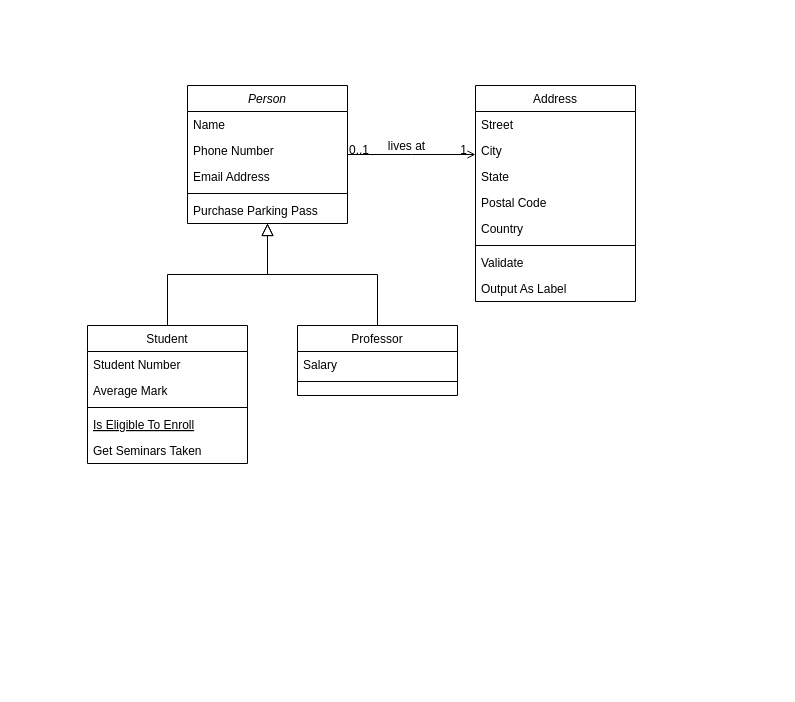
This is Untitled Diagram.drawio from TEJAPS/get_movie_rating, a draw.io file, before an edit. Source tidied: cells renumbered, new cells numbered last; positions are measured from the earlier drawing's top-left corner, leaving out a move shared by most shapes. Both pictures are drawn from the tidied source at 100%, with x=0, y=0 at pixel (87, 85).
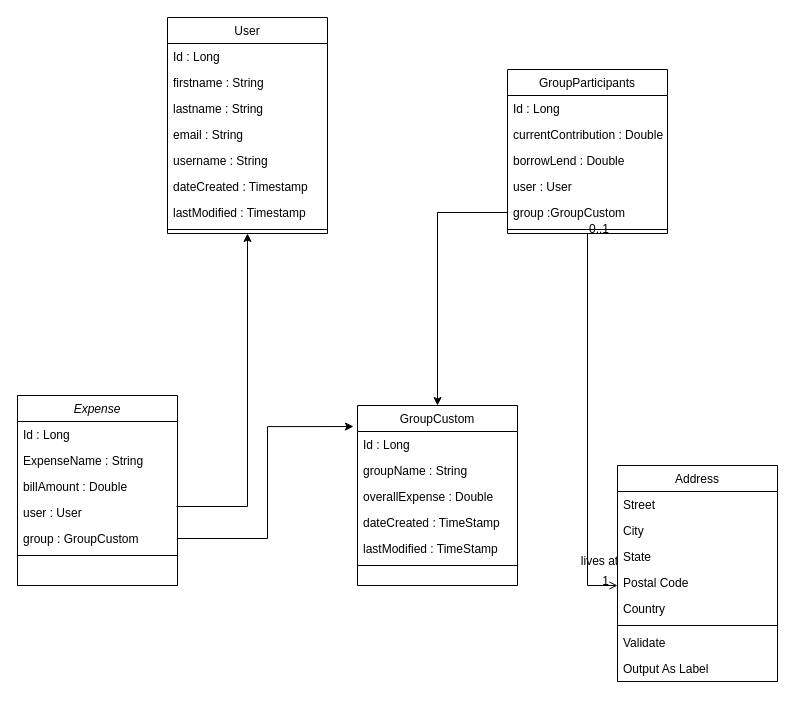
Above is the later version.

Change to the diagram source:
```diff
@@
-    <mxCell id="2" value="Person" style="swimlane;fontStyle=2;align=center;verticalAlign=top;horizontal=1;startSize=26;rounded=0;shadow=0;strokeWidth=1;" parent="1" vertex="1">
-      <mxGeometry x="100" width="160" height="138" as="geometry" />
+    <mxCell id="2" value="Expense" style="swimlane;fontStyle=2;align=center;verticalAlign=top;horizontal=1;startSize=26;rounded=0;shadow=0;strokeWidth=1;" parent="1" vertex="1">
+      <mxGeometry x="-70" y="310" width="160" height="190" as="geometry" />
     </mxCell>
-    <mxCell id="3" value="Name" style="text;align=left;verticalAlign=top;spacingLeft=4;spacingRight=4;overflow=hidden;" parent="2" vertex="1">
+    <mxCell id="3" value="Id : Long" style="text;align=left;verticalAlign=top;spacingLeft=4;spacingRight=4;overflow=hidden;" parent="2" vertex="1">
       <mxGeometry y="26" width="160" height="26" as="geometry" />
     </mxCell>
-    <mxCell id="4" value="Phone Number" style="text;align=left;verticalAlign=top;spacingLeft=4;spacingRight=4;overflow=hidden;rounded=0;shadow=0;html=0;" parent="2" vertex="1">
+    <mxCell id="4" value="ExpenseName : String" style="text;align=left;verticalAlign=top;spacingLeft=4;spacingRight=4;overflow=hidden;rounded=0;shadow=0;html=0;" parent="2" vertex="1">
       <mxGeometry y="52" width="160" height="26" as="geometry" />
     </mxCell>
-    <mxCell id="5" value="Email Address" style="text;align=left;verticalAlign=top;spacingLeft=4;spacingRight=4;overflow=hidden;rounded=0;shadow=0;html=0;" parent="2" vertex="1">
+    <mxCell id="5" value="billAmount : Double" style="text;align=left;verticalAlign=top;spacingLeft=4;spacingRight=4;overflow=hidden;rounded=0;shadow=0;html=0;" parent="2" vertex="1">
       <mxGeometry y="78" width="160" height="26" as="geometry" />
     </mxCell>
+    <mxCell id="32" value="user : User" style="text;align=left;verticalAlign=top;spacingLeft=4;spacingRight=4;overflow=hidden;points=[[0,0.5],[1,0.5]];portConstraint=eastwest;rounded=0;shadow=0;html=0;" parent="2" vertex="1">
+      <mxGeometry y="104" width="160" height="26" as="geometry" />
+    </mxCell>
+    <mxCell id="33" value="group : GroupCustom" style="text;align=left;verticalAlign=top;spacingLeft=4;spacingRight=4;overflow=hidden;points=[[0,0.5],[1,0.5]];portConstraint=eastwest;rounded=0;shadow=0;html=0;" parent="2" vertex="1">
+      <mxGeometry y="130" width="160" height="26" as="geometry" />
+    </mxCell>
     <mxCell id="6" style="line;html=1;strokeWidth=1;align=left;verticalAlign=middle;spacingTop=-1;spacingLeft=3;spacingRight=3;labelPosition=right;" parent="2" vertex="1">
-      <mxGeometry y="104" width="160" height="8" as="geometry" />
+      <mxGeometry y="156" width="160" height="8" as="geometry" />
     </mxCell>
-    <mxCell id="7" value="Purchase Parking Pass" style="text;align=left;verticalAlign=top;spacingLeft=4;spacingRight=4;overflow=hidden;" parent="2" vertex="1">
-      <mxGeometry y="112" width="160" height="26" as="geometry" />
-    </mxCell>
+    <mxCell id="34" style="text;align=left;verticalAlign=top;spacingLeft=4;spacingRight=4;overflow=hidden;" parent="2" vertex="1">
+      <mxGeometry y="164" width="160" height="26" as="geometry" />
+    </mxCell>
-    <mxCell id="8" value="Student" style="swimlane;fontStyle=0;align=center;verticalAlign=top;horizontal=1;startSize=26;rounded=0;shadow=0;strokeWidth=1;" parent="1" vertex="1">
-      <mxGeometry y="240" width="160" height="138" as="geometry" />
+    <mxCell id="8" value="GroupCustom" style="swimlane;fontStyle=0;align=center;verticalAlign=top;horizontal=1;startSize=26;rounded=0;shadow=0;strokeWidth=1;" parent="1" vertex="1">
+      <mxGeometry x="270" y="320" width="160" height="180" as="geometry" />
     </mxCell>
-    <mxCell id="9" value="Student Number" style="text;align=left;verticalAlign=top;spacingLeft=4;spacingRight=4;overflow=hidden;" parent="8" vertex="1">
+    <mxCell id="9" value="Id : Long" style="text;align=left;verticalAlign=top;spacingLeft=4;spacingRight=4;overflow=hidden;" parent="8" vertex="1">
       <mxGeometry y="26" width="160" height="26" as="geometry" />
     </mxCell>
-    <mxCell id="10" value="Average Mark" style="text;align=left;verticalAlign=top;spacingLeft=4;spacingRight=4;overflow=hidden;rounded=0;shadow=0;html=0;" parent="8" vertex="1">
+    <mxCell id="10" value="groupName : String" style="text;align=left;verticalAlign=top;spacingLeft=4;spacingRight=4;overflow=hidden;rounded=0;shadow=0;html=0;" parent="8" vertex="1">
       <mxGeometry y="52" width="160" height="26" as="geometry" />
     </mxCell>
+    <mxCell id="35" value="overallExpense : Double" style="text;align=left;verticalAlign=top;spacingLeft=4;spacingRight=4;overflow=hidden;rounded=0;shadow=0;html=0;" parent="8" vertex="1">
+      <mxGeometry y="78" width="160" height="26" as="geometry" />
+    </mxCell>
+    <mxCell id="36" value="dateCreated : TimeStamp" style="text;align=left;verticalAlign=top;spacingLeft=4;spacingRight=4;overflow=hidden;rounded=0;shadow=0;html=0;" parent="8" vertex="1">
+      <mxGeometry y="104" width="160" height="26" as="geometry" />
+    </mxCell>
+    <mxCell id="37" value="lastModified : TimeStamp" style="text;align=left;verticalAlign=top;spacingLeft=4;spacingRight=4;overflow=hidden;rounded=0;shadow=0;html=0;" parent="8" vertex="1">
+      <mxGeometry y="130" width="160" height="26" as="geometry" />
+    </mxCell>
     <mxCell id="11" style="line;html=1;strokeWidth=1;align=left;verticalAlign=middle;spacingTop=-1;spacingLeft=3;spacingRight=3;labelPosition=right;" parent="8" vertex="1">
-      <mxGeometry y="78" width="160" height="8" as="geometry" />
+      <mxGeometry y="156" width="160" height="8" as="geometry" />
     </mxCell>
-    <mxCell id="12" value="Is Eligible To Enroll" style="text;align=left;verticalAlign=top;spacingLeft=4;spacingRight=4;overflow=hidden;fontStyle=4;" parent="8" vertex="1">
-      <mxGeometry y="86" width="160" height="26" as="geometry" />
-    </mxCell>
-    <mxCell id="13" value="Get Seminars Taken" style="text;align=left;verticalAlign=top;spacingLeft=4;spacingRight=4;overflow=hidden;" parent="8" vertex="1">
-      <mxGeometry y="112" width="160" height="26" as="geometry" />
-    </mxCell>
-    <mxCell id="14" style="endArrow=block;endSize=10;endFill=0;shadow=0;strokeWidth=1;rounded=0;edgeStyle=elbowEdgeStyle;elbow=vertical;" parent="1" edge="1" source="8" target="2">
-      <mxGeometry relative="1" as="geometry" />
-    </mxCell>
-    <mxCell id="15" value="Professor" style="swimlane;fontStyle=0;align=center;verticalAlign=top;horizontal=1;startSize=26;rounded=0;shadow=0;strokeWidth=1;" parent="1" vertex="1">
-      <mxGeometry x="210" y="240" width="160" height="70" as="geometry" />
+    <mxCell id="15" value="GroupParticipants" style="swimlane;fontStyle=0;align=center;verticalAlign=top;horizontal=1;startSize=26;rounded=0;shadow=0;strokeWidth=1;" parent="1" vertex="1">
+      <mxGeometry x="420" y="-16" width="160" height="164" as="geometry" />
     </mxCell>
-    <mxCell id="16" value="Salary" style="text;align=left;verticalAlign=top;spacingLeft=4;spacingRight=4;overflow=hidden;" parent="15" vertex="1">
+    <mxCell id="16" value="Id : Long" style="text;align=left;verticalAlign=top;spacingLeft=4;spacingRight=4;overflow=hidden;" parent="15" vertex="1">
       <mxGeometry y="26" width="160" height="26" as="geometry" />
     </mxCell>
+    <mxCell id="38" value="currentContribution : Double" style="text;align=left;verticalAlign=top;spacingLeft=4;spacingRight=4;overflow=hidden;" parent="15" vertex="1">
+      <mxGeometry y="52" width="160" height="26" as="geometry" />
+    </mxCell>
+    <mxCell id="39" value="borrowLend : Double" style="text;align=left;verticalAlign=top;spacingLeft=4;spacingRight=4;overflow=hidden;" parent="15" vertex="1">
+      <mxGeometry y="78" width="160" height="26" as="geometry" />
+    </mxCell>
+    <mxCell id="40" value="user : User" style="text;align=left;verticalAlign=top;spacingLeft=4;spacingRight=4;overflow=hidden;" parent="15" vertex="1">
+      <mxGeometry y="104" width="160" height="26" as="geometry" />
+    </mxCell>
+    <mxCell id="41" value="group :GroupCustom" style="text;align=left;verticalAlign=top;spacingLeft=4;spacingRight=4;overflow=hidden;points=[[0,0.5],[1,0.5]];portConstraint=eastwest;" parent="15" vertex="1">
+      <mxGeometry y="130" width="160" height="26" as="geometry" />
+    </mxCell>
     <mxCell id="17" style="line;html=1;strokeWidth=1;align=left;verticalAlign=middle;spacingTop=-1;spacingLeft=3;spacingRight=3;labelPosition=right;" parent="15" vertex="1">
-      <mxGeometry y="52" width="160" height="8" as="geometry" />
+      <mxGeometry y="156" width="160" height="8" as="geometry" />
     </mxCell>
-    <mxCell id="18" style="endArrow=block;endSize=10;endFill=0;shadow=0;strokeWidth=1;rounded=0;edgeStyle=elbowEdgeStyle;elbow=vertical;" parent="1" edge="1" source="15" target="2">
-      <mxGeometry relative="1" as="geometry" />
-    </mxCell>
     <mxCell id="19" value="Address" style="swimlane;fontStyle=0;align=center;verticalAlign=top;horizontal=1;startSize=26;rounded=0;shadow=0;strokeWidth=1;" parent="1" vertex="1">
-      <mxGeometry x="388" width="160" height="216" as="geometry" />
+      <mxGeometry x="530" y="380" width="160" height="216" as="geometry" />
     </mxCell>
@@
-    <mxCell id="28" style="endArrow=open;shadow=0;strokeWidth=1;rounded=0;endFill=1;edgeStyle=elbowEdgeStyle;elbow=vertical;" parent="1" edge="1" source="2" target="19">
+    <mxCell id="28" style="endArrow=open;shadow=0;strokeWidth=1;rounded=0;endFill=1;edgeStyle=elbowEdgeStyle;elbow=vertical;exitX=0.5;exitY=1;exitDx=0;exitDy=0;" parent="1" edge="1" source="15" target="19">
       <mxGeometry x="0.5" y="41" relative="1" as="geometry">
+        <Array as="points">
+          <mxPoint x="520" y="500" />
+          <mxPoint x="140" y="100" />
+        </Array>
         <mxPoint x="-40" y="32" as="offset" />
       </mxGeometry>
     </mxCell>
@@
+    <mxCell id="42" value="User" style="swimlane;fontStyle=0;align=center;verticalAlign=top;horizontal=1;startSize=26;rounded=0;shadow=0;strokeWidth=1;" parent="1" vertex="1">
+      <mxGeometry x="80" y="-68" width="160" height="216" as="geometry" />
+    </mxCell>
+    <mxCell id="43" value="Id : Long" style="text;align=left;verticalAlign=top;spacingLeft=4;spacingRight=4;overflow=hidden;" parent="42" vertex="1">
+      <mxGeometry y="26" width="160" height="26" as="geometry" />
+    </mxCell>
+    <mxCell id="44" value="firstname : String" style="text;align=left;verticalAlign=top;spacingLeft=4;spacingRight=4;overflow=hidden;" parent="42" vertex="1">
+      <mxGeometry y="52" width="160" height="26" as="geometry" />
+    </mxCell>
+    <mxCell id="45" value="lastname : String" style="text;align=left;verticalAlign=top;spacingLeft=4;spacingRight=4;overflow=hidden;" parent="42" vertex="1">
+      <mxGeometry y="78" width="160" height="26" as="geometry" />
+    </mxCell>
+    <mxCell id="46" value="email : String" style="text;align=left;verticalAlign=top;spacingLeft=4;spacingRight=4;overflow=hidden;" parent="42" vertex="1">
+      <mxGeometry y="104" width="160" height="26" as="geometry" />
+    </mxCell>
+    <mxCell id="47" value="username : String" style="text;align=left;verticalAlign=top;spacingLeft=4;spacingRight=4;overflow=hidden;" parent="42" vertex="1">
+      <mxGeometry y="130" width="160" height="26" as="geometry" />
+    </mxCell>
+    <mxCell id="48" value="dateCreated : Timestamp" style="text;align=left;verticalAlign=top;spacingLeft=4;spacingRight=4;overflow=hidden;" parent="42" vertex="1">
+      <mxGeometry y="156" width="160" height="26" as="geometry" />
+    </mxCell>
+    <mxCell id="49" value="lastModified : Timestamp" style="text;align=left;verticalAlign=top;spacingLeft=4;spacingRight=4;overflow=hidden;" parent="42" vertex="1">
+      <mxGeometry y="182" width="160" height="26" as="geometry" />
+    </mxCell>
+    <mxCell id="50" style="line;html=1;strokeWidth=1;align=left;verticalAlign=middle;spacingTop=-1;spacingLeft=3;spacingRight=3;labelPosition=right;" parent="42" vertex="1">
+      <mxGeometry y="208" width="160" height="8" as="geometry" />
+    </mxCell>
+    <mxCell id="51" style="edgeStyle=orthogonalEdgeStyle;rounded=0;jettySize=auto;html=1;exitX=0.994;exitY=0.269;exitDx=0;exitDy=0;entryX=0.5;entryY=1;entryDx=0;entryDy=0;exitPerimeter=0;" parent="1" edge="1" source="32" target="42">
+      <mxGeometry relative="1" as="geometry" />
+    </mxCell>
+    <mxCell id="52" style="edgeStyle=orthogonalEdgeStyle;rounded=0;jettySize=auto;html=1;exitX=1;exitY=0.5;exitDx=0;exitDy=0;entryX=-0.025;entryY=0.117;entryDx=0;entryDy=0;entryPerimeter=0;" parent="1" edge="1" source="33" target="8">
+      <mxGeometry relative="1" as="geometry" />
+    </mxCell>
+    <mxCell id="53" style="edgeStyle=orthogonalEdgeStyle;rounded=0;jettySize=auto;html=1;exitX=0;exitY=0.5;exitDx=0;exitDy=0;" parent="1" edge="1" source="41" target="8">
+      <mxGeometry relative="1" as="geometry" />
+    </mxCell>
```
